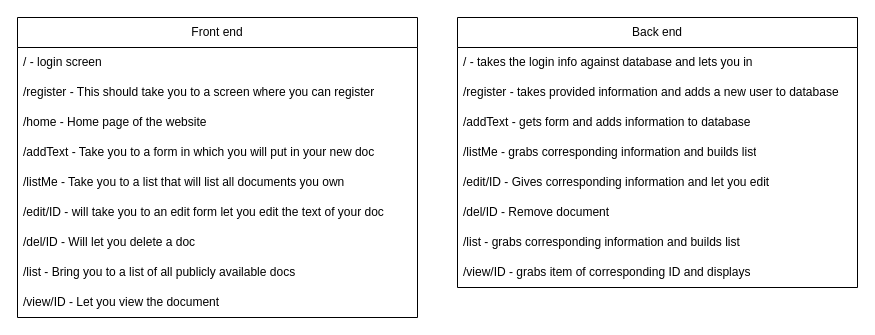
The draw.io diagram Docs/diagrams/Captone Website.drawio in supertrey2004/Secure-Multi-Layer-Network-Project---Capstone, before the edit. Source tidied: cells renumbered, new cells numbered last; positions are measured from the earlier drawing's top-left corner, leaving out a move shared by most shapes. Both pictures are drawn from the tidied source at 100%, with x=0, y=0 at pixel (17, 17).
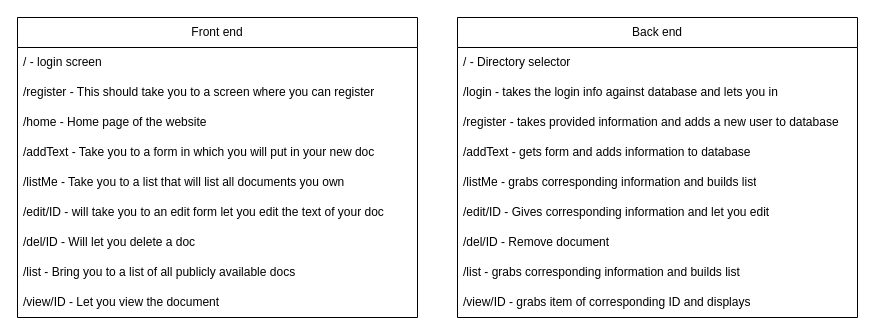
The same diagram, later.

What changed in the source:
```diff
@@
     <mxCell id="12" value="Back end" style="swimlane;fontStyle=0;horizontal=1;startSize=30;whiteSpace=wrap;html=1;" parent="1" vertex="1">
-      <mxGeometry x="440" width="400" height="270" as="geometry" />
+      <mxGeometry x="440" width="400" height="300" as="geometry" />
     </mxCell>
+    <mxCell id="21" value="/ - Directory selector&amp;nbsp;" style="text;strokeColor=none;fillColor=none;align=left;verticalAlign=middle;spacingLeft=4;spacingRight=4;overflow=hidden;whiteSpace=wrap;html=1;" parent="12" vertex="1">
+      <mxGeometry y="30" width="400" height="30" as="geometry" />
+    </mxCell>
-    <mxCell id="13" value="/ - takes the login info against database and lets you in" style="text;strokeColor=none;fillColor=none;align=left;verticalAlign=middle;spacingLeft=4;spacingRight=4;overflow=hidden;whiteSpace=wrap;html=1;" parent="12" vertex="1">
-      <mxGeometry y="30" width="400" height="30" as="geometry" />
+    <mxCell id="13" value="/login - takes the login info against database and lets you in" style="text;strokeColor=none;fillColor=none;align=left;verticalAlign=middle;spacingLeft=4;spacingRight=4;overflow=hidden;whiteSpace=wrap;html=1;" parent="12" vertex="1">
+      <mxGeometry y="60" width="400" height="30" as="geometry" />
     </mxCell>
     <mxCell id="14" value="/register - takes provided information and adds a new user to database" style="text;strokeColor=none;fillColor=none;align=left;verticalAlign=middle;spacingLeft=4;spacingRight=4;overflow=hidden;whiteSpace=wrap;html=1;" parent="12" vertex="1">
-      <mxGeometry y="60" width="400" height="30" as="geometry" />
+      <mxGeometry y="90" width="400" height="30" as="geometry" />
     </mxCell>
     <mxCell id="15" value="/addText - gets form and adds information to database" style="text;strokeColor=none;fillColor=none;align=left;verticalAlign=middle;spacingLeft=4;spacingRight=4;overflow=hidden;whiteSpace=wrap;html=1;" parent="12" vertex="1">
-      <mxGeometry y="90" width="400" height="30" as="geometry" />
+      <mxGeometry y="120" width="400" height="30" as="geometry" />
     </mxCell>
     <mxCell id="16" value="/listMe - grabs corresponding information and builds list" style="text;strokeColor=none;fillColor=none;align=left;verticalAlign=middle;spacingLeft=4;spacingRight=4;overflow=hidden;whiteSpace=wrap;html=1;" parent="12" vertex="1">
-      <mxGeometry y="120" width="400" height="30" as="geometry" />
+      <mxGeometry y="150" width="400" height="30" as="geometry" />
     </mxCell>
     <mxCell id="17" value="/edit/ID - Gives corresponding information and let you edit" style="text;strokeColor=none;fillColor=none;align=left;verticalAlign=middle;spacingLeft=4;spacingRight=4;overflow=hidden;whiteSpace=wrap;html=1;" parent="12" vertex="1">
-      <mxGeometry y="150" width="400" height="30" as="geometry" />
+      <mxGeometry y="180" width="400" height="30" as="geometry" />
     </mxCell>
     <mxCell id="18" value="/del/ID - Remove document" style="text;strokeColor=none;fillColor=none;align=left;verticalAlign=middle;spacingLeft=4;spacingRight=4;overflow=hidden;whiteSpace=wrap;html=1;" parent="12" vertex="1">
-      <mxGeometry y="180" width="400" height="30" as="geometry" />
+      <mxGeometry y="210" width="400" height="30" as="geometry" />
     </mxCell>
     <mxCell id="19" value="/list - grabs corresponding information and builds list" style="text;strokeColor=none;fillColor=none;align=left;verticalAlign=middle;spacingLeft=4;spacingRight=4;overflow=hidden;whiteSpace=wrap;html=1;" parent="12" vertex="1">
-      <mxGeometry y="210" width="400" height="30" as="geometry" />
+      <mxGeometry y="240" width="400" height="30" as="geometry" />
     </mxCell>
     <mxCell id="20" value="/view/ID - grabs item of corresponding ID and displays" style="text;strokeColor=none;fillColor=none;align=left;verticalAlign=middle;spacingLeft=4;spacingRight=4;overflow=hidden;whiteSpace=wrap;html=1;" parent="12" vertex="1">
-      <mxGeometry y="240" width="400" height="30" as="geometry" />
+      <mxGeometry y="270" width="400" height="30" as="geometry" />
     </mxCell>
```
